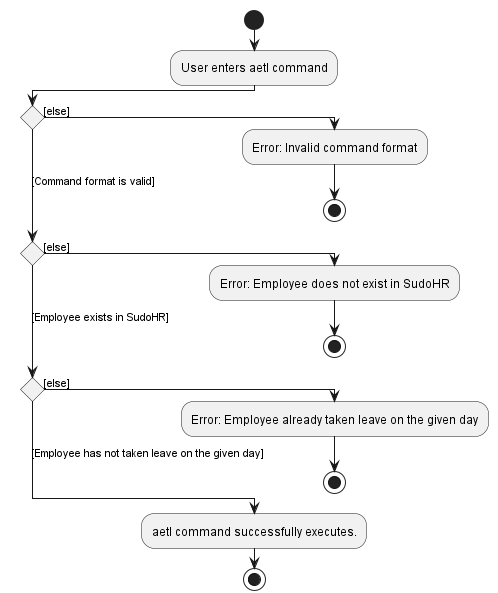
Above: docs/images/commands/leave/AddEmployeeToLeaveActivityDiagram.png in nus-cs2103-AY2223S2/tp (PlantUML), before the change. Its source is kept beside it as docs/diagrams/commands/leaves/AddEmployeeToLeaveActivityDiagram.puml.
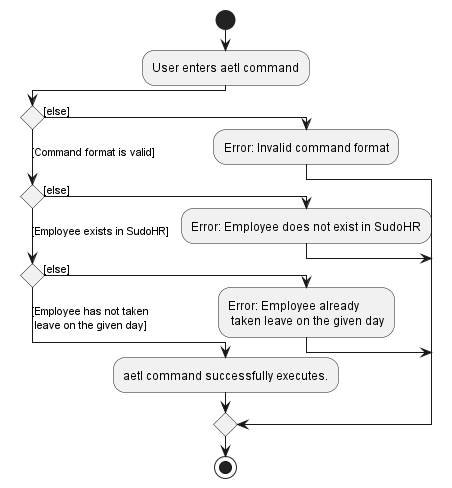
After the change.

Commit message:
Change uml diagram to merge

The edit, as a diff of the source:
```diff
@@ -4,15 +4,16 @@
 :User enters aetl command;
 if () then ([else])
   :Error: Invalid command format;
-stop
+
 ([Command format is valid])elseif () then ([else])
   :Error: Employee does not exist in SudoHR;
-  stop
+
 ([Employee exists in SudoHR])elseif () then ([else])
-  :Error: Employee already taken leave on the given day;
-  stop
-else ([Employee has not taken leave on the given day])
+  :Error: Employee already \n taken leave on the given day;
+
+else ([Employee has not taken \n leave on the given day])
   :aetl command successfully executes.;
+  endif
 stop
 
 @enduml
```
